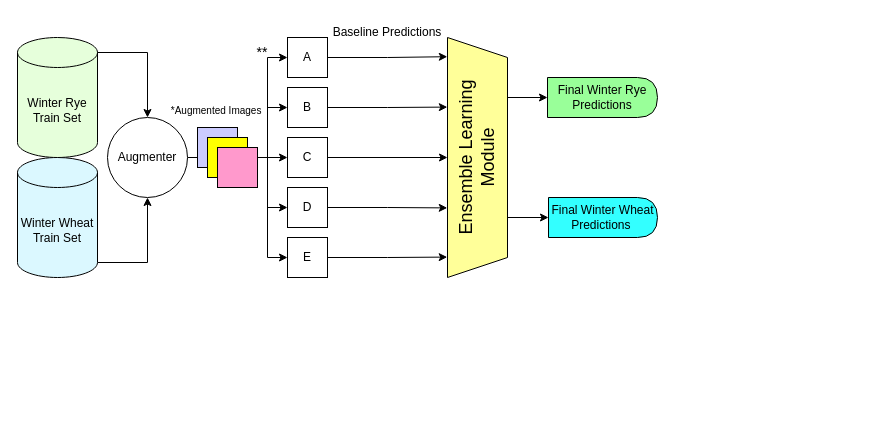
NguyenNhuDi/ICCV-2023-VRL keeps this draw.io diagram as classifier pipeline.drawio. Above is the earlier version. Source tidied: cells renumbered, new cells numbered last; positions are measured from the earlier drawing's top-left corner, leaving out a move shared by most shapes. Both pictures are drawn from the tidied source at 100%, with x=0, y=0 at pixel (17, 17).
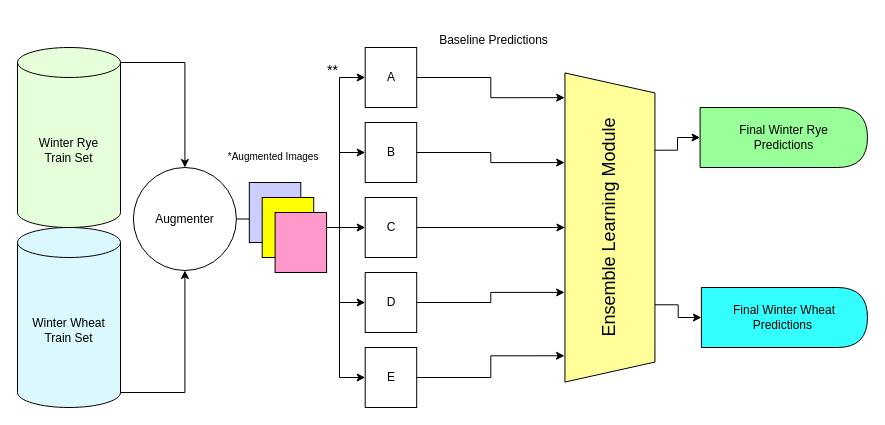
The same diagram, later.

Diff of the diagram source:
```diff
@@
+    <mxCell id="34" style="group;" parent="1" vertex="1">
+      <mxGeometry width="850" height="390" as="geometry" />
+    </mxCell>
+    <mxCell id="3" value="Winter Rye&lt;br&gt;Train Set" style="shape=cylinder3;whiteSpace=wrap;html=1;boundedLbl=1;backgroundOutline=1;size=15;fillColor=#E6FFDB;" parent="34" vertex="1">
+      <mxGeometry y="30" width="103" height="180" as="geometry" />
+    </mxCell>
+    <mxCell id="5" value="Winter Wheat&lt;br&gt;Train Set" style="shape=cylinder3;whiteSpace=wrap;html=1;boundedLbl=1;backgroundOutline=1;size=15;fillColor=#DBF8FF;" parent="34" vertex="1">
+      <mxGeometry y="210" width="103" height="180" as="geometry" />
+    </mxCell>
+    <mxCell id="7" value="Augmenter" style="ellipse;whiteSpace=wrap;html=1;" parent="34" vertex="1">
+      <mxGeometry x="115.9" y="150" width="103" height="103" as="geometry" />
+    </mxCell>
-    <mxCell id="2" style="edgeStyle=orthogonalEdgeStyle;rounded=0;jettySize=auto;html=1;exitX=1;exitY=0;exitDx=0;exitDy=15;exitPerimeter=0;entryX=0.5;entryY=0;entryDx=0;entryDy=0;" parent="1" edge="1" source="3" target="7">
+    <mxCell id="2" style="edgeStyle=orthogonalEdgeStyle;rounded=0;jettySize=auto;html=1;exitX=1;exitY=0;exitDx=0;exitDy=15;exitPerimeter=0;entryX=0.5;entryY=0;entryDx=0;entryDy=0;" parent="34" edge="1" source="3" target="7">
       <mxGeometry relative="1" as="geometry" />
     </mxCell>
-    <mxCell id="3" value="Winter Rye&lt;br&gt;Train Set" style="shape=cylinder3;whiteSpace=wrap;html=1;boundedLbl=1;backgroundOutline=1;size=15;fillColor=#E6FFDB;" parent="1" vertex="1">
-      <mxGeometry y="20" width="80" height="120" as="geometry" />
-    </mxCell>
-    <mxCell id="4" style="edgeStyle=orthogonalEdgeStyle;rounded=0;jettySize=auto;html=1;exitX=1;exitY=1;exitDx=0;exitDy=-15;exitPerimeter=0;entryX=0.5;entryY=1;entryDx=0;entryDy=0;" parent="1" edge="1" source="5" target="7">
+    <mxCell id="4" style="edgeStyle=orthogonalEdgeStyle;rounded=0;jettySize=auto;html=1;exitX=1;exitY=1;exitDx=0;exitDy=-15;exitPerimeter=0;entryX=0.5;entryY=1;entryDx=0;entryDy=0;" parent="34" edge="1" source="5" target="7">
       <mxGeometry relative="1" as="geometry" />
     </mxCell>
-    <mxCell id="5" value="Winter Wheat&lt;br&gt;Train Set" style="shape=cylinder3;whiteSpace=wrap;html=1;boundedLbl=1;backgroundOutline=1;size=15;fillColor=#DBF8FF;" parent="1" vertex="1">
-      <mxGeometry y="140" width="80" height="120" as="geometry" />
-    </mxCell>
+    <mxCell id="9" value="A" style="rounded=0;whiteSpace=wrap;html=1;" parent="34" vertex="1">
+      <mxGeometry x="347.7" y="30" width="51.5" height="60" as="geometry" />
+    </mxCell>
+    <mxCell id="11" value="B" style="rounded=0;whiteSpace=wrap;html=1;" parent="34" vertex="1">
+      <mxGeometry x="347.7" y="105" width="51.5" height="60" as="geometry" />
+    </mxCell>
+    <mxCell id="13" value="C" style="rounded=0;whiteSpace=wrap;html=1;" parent="34" vertex="1">
+      <mxGeometry x="347.7" y="180" width="51.5" height="60" as="geometry" />
+    </mxCell>
-    <mxCell id="6" style="edgeStyle=orthogonalEdgeStyle;rounded=0;jettySize=auto;html=1;entryX=0;entryY=0.5;entryDx=0;entryDy=0;" parent="1" edge="1" source="7" target="13">
+    <mxCell id="6" style="edgeStyle=orthogonalEdgeStyle;rounded=0;jettySize=auto;html=1;entryX=0;entryY=0.5;entryDx=0;entryDy=0;" parent="34" edge="1" source="7" target="13">
       <mxGeometry relative="1" as="geometry" />
     </mxCell>
-    <mxCell id="7" value="Augmenter" style="ellipse;whiteSpace=wrap;html=1;" parent="1" vertex="1">
-      <mxGeometry x="90" y="100" width="80" height="80" as="geometry" />
-    </mxCell>
-    <mxCell id="8" style="edgeStyle=orthogonalEdgeStyle;rounded=0;jettySize=auto;html=1;exitX=1;exitY=0.5;exitDx=0;exitDy=0;entryX=0.08;entryY=1.003;entryDx=0;entryDy=0;entryPerimeter=0;" parent="1" edge="1" source="9" target="30">
-      <mxGeometry relative="1" as="geometry" />
-    </mxCell>
-    <mxCell id="9" value="A" style="rounded=0;whiteSpace=wrap;html=1;" parent="1" vertex="1">
-      <mxGeometry x="270" y="20" width="40" height="40" as="geometry" />
-    </mxCell>
-    <mxCell id="10" style="edgeStyle=orthogonalEdgeStyle;rounded=0;jettySize=auto;html=1;exitX=1;exitY=0.5;exitDx=0;exitDy=0;entryX=0.29;entryY=1.003;entryDx=0;entryDy=0;entryPerimeter=0;" parent="1" edge="1" source="11" target="30">
-      <mxGeometry relative="1" as="geometry" />
-    </mxCell>
-    <mxCell id="11" value="B" style="rounded=0;whiteSpace=wrap;html=1;" parent="1" vertex="1">
-      <mxGeometry x="270" y="70" width="40" height="40" as="geometry" />
-    </mxCell>
-    <mxCell id="12" style="edgeStyle=orthogonalEdgeStyle;rounded=0;jettySize=auto;html=1;entryX=0.5;entryY=1;entryDx=0;entryDy=0;" parent="1" edge="1" source="13" target="30">
-      <mxGeometry relative="1" as="geometry" />
-    </mxCell>
-    <mxCell id="13" value="C" style="rounded=0;whiteSpace=wrap;html=1;" parent="1" vertex="1">
-      <mxGeometry x="270" y="120" width="40" height="40" as="geometry" />
-    </mxCell>
-    <mxCell id="14" style="edgeStyle=orthogonalEdgeStyle;rounded=0;jettySize=auto;html=1;entryX=0.71;entryY=1.004;entryDx=0;entryDy=0;entryPerimeter=0;" parent="1" edge="1" source="15" target="30">
-      <mxGeometry relative="1" as="geometry" />
-    </mxCell>
-    <mxCell id="15" value="D" style="rounded=0;whiteSpace=wrap;html=1;" parent="1" vertex="1">
-      <mxGeometry x="270" y="170" width="40" height="40" as="geometry" />
+    <mxCell id="15" value="D" style="rounded=0;whiteSpace=wrap;html=1;" parent="34" vertex="1">
+      <mxGeometry x="347.7" y="255" width="51.5" height="60" as="geometry" />
     </mxCell>
-    <mxCell id="16" style="edgeStyle=orthogonalEdgeStyle;rounded=0;jettySize=auto;html=1;exitX=1;exitY=0.5;exitDx=0;exitDy=0;entryX=0.915;entryY=1.005;entryDx=0;entryDy=0;entryPerimeter=0;" parent="1" edge="1" source="17" target="30">
-      <mxGeometry relative="1" as="geometry" />
-    </mxCell>
-    <mxCell id="17" value="E" style="rounded=0;whiteSpace=wrap;html=1;" parent="1" vertex="1">
-      <mxGeometry x="270" y="220" width="40" height="40" as="geometry" />
+    <mxCell id="17" value="E" style="rounded=0;whiteSpace=wrap;html=1;" parent="34" vertex="1">
+      <mxGeometry x="347.7" y="330" width="51.5" height="60" as="geometry" />
     </mxCell>
-    <mxCell id="18" style="rounded=0;whiteSpace=wrap;html=1;fillColor=#CCCCFF;" parent="1" vertex="1">
-      <mxGeometry x="180" y="110" width="40" height="40" as="geometry" />
+    <mxCell id="18" style="rounded=0;whiteSpace=wrap;html=1;fillColor=#CCCCFF;" parent="34" vertex="1">
+      <mxGeometry x="231.8" y="165" width="51.5" height="60" as="geometry" />
     </mxCell>
-    <mxCell id="19" style="rounded=0;whiteSpace=wrap;html=1;fillColor=#FFFF00;" parent="1" vertex="1">
-      <mxGeometry x="190" y="120" width="40" height="40" as="geometry" />
+    <mxCell id="19" style="rounded=0;whiteSpace=wrap;html=1;fillColor=#FFFF00;" parent="34" vertex="1">
+      <mxGeometry x="244.7" y="180" width="51.5" height="60" as="geometry" />
     </mxCell>
-    <mxCell id="20" style="edgeStyle=orthogonalEdgeStyle;rounded=0;jettySize=auto;html=1;exitX=0.25;exitY=0;exitDx=0;exitDy=0;entryX=0;entryY=0.5;entryDx=0;entryDy=0;" parent="1" edge="1" source="24" target="9">
+    <mxCell id="20" style="edgeStyle=orthogonalEdgeStyle;rounded=0;jettySize=auto;html=1;exitX=0.25;exitY=0;exitDx=0;exitDy=0;entryX=0;entryY=0.5;entryDx=0;entryDy=0;" parent="34" edge="1" source="24" target="9">
       <mxGeometry relative="1" as="geometry">
         <Array as="points">
-          <mxPoint x="250" y="140" />
-          <mxPoint x="250" y="40" />
+          <mxPoint x="322" y="210" />
+          <mxPoint x="322" y="60" />
         </Array>
       </mxGeometry>
     </mxCell>
-    <mxCell id="21" style="edgeStyle=orthogonalEdgeStyle;rounded=0;jettySize=auto;html=1;exitX=0.25;exitY=0;exitDx=0;exitDy=0;entryX=0;entryY=0.5;entryDx=0;entryDy=0;" parent="1" edge="1" source="24" target="11">
+    <mxCell id="21" style="edgeStyle=orthogonalEdgeStyle;rounded=0;jettySize=auto;html=1;exitX=0.25;exitY=0;exitDx=0;exitDy=0;entryX=0;entryY=0.5;entryDx=0;entryDy=0;" parent="34" edge="1" source="24" target="11">
       <mxGeometry relative="1" as="geometry">
         <Array as="points">
-          <mxPoint x="250" y="140" />
-          <mxPoint x="250" y="90" />
+          <mxPoint x="322" y="210" />
+          <mxPoint x="322" y="135" />
         </Array>
       </mxGeometry>
     </mxCell>
-    <mxCell id="22" style="edgeStyle=orthogonalEdgeStyle;rounded=0;jettySize=auto;html=1;exitX=0.25;exitY=0;exitDx=0;exitDy=0;entryX=0;entryY=0.5;entryDx=0;entryDy=0;" parent="1" edge="1" source="24" target="15">
+    <mxCell id="22" style="edgeStyle=orthogonalEdgeStyle;rounded=0;jettySize=auto;html=1;exitX=0.25;exitY=0;exitDx=0;exitDy=0;entryX=0;entryY=0.5;entryDx=0;entryDy=0;" parent="34" edge="1" source="24" target="15">
       <mxGeometry relative="1" as="geometry">
         <Array as="points">
-          <mxPoint x="250" y="140" />
-          <mxPoint x="250" y="190" />
+          <mxPoint x="322" y="210" />
+          <mxPoint x="322" y="285" />
         </Array>
       </mxGeometry>
     </mxCell>
-    <mxCell id="23" style="edgeStyle=orthogonalEdgeStyle;rounded=0;jettySize=auto;html=1;exitX=0.25;exitY=0;exitDx=0;exitDy=0;entryX=0;entryY=0.5;entryDx=0;entryDy=0;" parent="1" edge="1" source="24" target="17">
+    <mxCell id="23" style="edgeStyle=orthogonalEdgeStyle;rounded=0;jettySize=auto;html=1;exitX=0.25;exitY=0;exitDx=0;exitDy=0;entryX=0;entryY=0.5;entryDx=0;entryDy=0;" parent="34" edge="1" source="24" target="17">
       <mxGeometry relative="1" as="geometry">
         <Array as="points">
-          <mxPoint x="250" y="140" />
-          <mxPoint x="250" y="240" />
+          <mxPoint x="322" y="210" />
+          <mxPoint x="322" y="360" />
         </Array>
       </mxGeometry>
     </mxCell>
-    <mxCell id="24" style="rounded=0;whiteSpace=wrap;html=1;strokeColor=#000000;fillColor=#FF99CC;direction=south;" parent="1" vertex="1">
-      <mxGeometry x="200" y="130" width="40" height="40" as="geometry" />
+    <mxCell id="24" style="rounded=0;whiteSpace=wrap;html=1;strokeColor=#000000;fillColor=#FF99CC;direction=south;" parent="34" vertex="1">
+      <mxGeometry x="257.6" y="195" width="51.5" height="60" as="geometry" />
     </mxCell>
-    <mxCell id="25" value="&lt;font style=&quot;font-size: 10px;&quot;&gt;*Augmented Images&amp;nbsp;&lt;/font&gt;" style="text;html=1;strokeColor=none;fillColor=none;align=center;verticalAlign=middle;whiteSpace=wrap;rounded=0;" parent="1" vertex="1">
-      <mxGeometry x="147.5" y="85" width="105" height="15" as="geometry" />
+    <mxCell id="25" value="&lt;font style=&quot;font-size: 10px;&quot;&gt;*Augmented Images&amp;nbsp;&lt;/font&gt;" style="text;html=1;strokeColor=none;fillColor=none;align=center;verticalAlign=middle;whiteSpace=wrap;rounded=0;" parent="34" vertex="1">
+      <mxGeometry x="190" y="127.5" width="135.2" height="22.5" as="geometry" />
     </mxCell>
-    <mxCell id="26" value="&lt;font style=&quot;font-size: 14px;&quot;&gt;**&lt;/font&gt;" style="text;html=1;strokeColor=none;fillColor=none;align=center;verticalAlign=middle;whiteSpace=wrap;rounded=0;" parent="1" vertex="1">
-      <mxGeometry x="230" y="30" width="30" height="10" as="geometry" />
+    <mxCell id="26" value="&lt;font style=&quot;font-size: 14px;&quot;&gt;**&lt;/font&gt;" style="text;html=1;strokeColor=none;fillColor=none;align=center;verticalAlign=middle;whiteSpace=wrap;rounded=0;" parent="34" vertex="1">
+      <mxGeometry x="296.2" y="45" width="38.6" height="15" as="geometry" />
     </mxCell>
-    <mxCell id="27" value="Baseline Predictions" style="text;html=1;strokeColor=none;fillColor=none;align=center;verticalAlign=middle;whiteSpace=wrap;rounded=0;" parent="1" vertex="1">
-      <mxGeometry x="310" width="120" height="30" as="geometry" />
+    <mxCell id="27" value="Baseline Predictions" style="text;html=1;strokeColor=none;fillColor=none;align=center;verticalAlign=middle;whiteSpace=wrap;rounded=0;" parent="34" vertex="1">
+      <mxGeometry x="399.2" width="154.5" height="45" as="geometry" />
     </mxCell>
-    <mxCell id="28" style="edgeStyle=orthogonalEdgeStyle;rounded=0;jettySize=auto;html=1;exitX=0.25;exitY=0;exitDx=0;exitDy=0;entryX=0;entryY=0.5;entryDx=0;entryDy=0;" parent="1" edge="1" source="30" target="32">
-      <mxGeometry relative="1" as="geometry" />
-    </mxCell>
-    <mxCell id="29" style="edgeStyle=orthogonalEdgeStyle;rounded=0;jettySize=auto;html=1;exitX=0.75;exitY=0;exitDx=0;exitDy=0;entryX=0;entryY=0.5;entryDx=0;entryDy=0;" parent="1" edge="1" source="30" target="33">
-      <mxGeometry relative="1" as="geometry" />
-    </mxCell>
-    <mxCell id="30" style="shape=trapezoid;perimeter=trapezoidPerimeter;whiteSpace=wrap;html=1;fixedSize=1;rotation=90;fillColor=#FFFF99;" parent="1" vertex="1">
-      <mxGeometry x="340" y="110" width="240" height="60" as="geometry" />
+    <mxCell id="30" style="shape=trapezoid;perimeter=trapezoidPerimeter;whiteSpace=wrap;html=1;fixedSize=1;rotation=90;fillColor=#FFFF99;" parent="34" vertex="1">
+      <mxGeometry x="437.9" y="165" width="309.1" height="90" as="geometry" />
     </mxCell>
+    <mxCell id="8" style="edgeStyle=orthogonalEdgeStyle;rounded=0;jettySize=auto;html=1;exitX=1;exitY=0.5;exitDx=0;exitDy=0;entryX=0.08;entryY=1.003;entryDx=0;entryDy=0;entryPerimeter=0;" parent="34" edge="1" source="9" target="30">
+      <mxGeometry relative="1" as="geometry" />
+    </mxCell>
+    <mxCell id="10" style="edgeStyle=orthogonalEdgeStyle;rounded=0;jettySize=auto;html=1;exitX=1;exitY=0.5;exitDx=0;exitDy=0;entryX=0.29;entryY=1.003;entryDx=0;entryDy=0;entryPerimeter=0;" parent="34" edge="1" source="11" target="30">
+      <mxGeometry relative="1" as="geometry" />
+    </mxCell>
+    <mxCell id="12" style="edgeStyle=orthogonalEdgeStyle;rounded=0;jettySize=auto;html=1;entryX=0.5;entryY=1;entryDx=0;entryDy=0;" parent="34" edge="1" source="13" target="30">
+      <mxGeometry relative="1" as="geometry" />
+    </mxCell>
+    <mxCell id="14" style="edgeStyle=orthogonalEdgeStyle;rounded=0;jettySize=auto;html=1;entryX=0.71;entryY=1.004;entryDx=0;entryDy=0;entryPerimeter=0;" parent="34" edge="1" source="15" target="30">
+      <mxGeometry relative="1" as="geometry" />
+    </mxCell>
+    <mxCell id="16" style="edgeStyle=orthogonalEdgeStyle;rounded=0;jettySize=auto;html=1;exitX=1;exitY=0.5;exitDx=0;exitDy=0;entryX=0.915;entryY=1.005;entryDx=0;entryDy=0;entryPerimeter=0;" parent="34" edge="1" source="17" target="30">
+      <mxGeometry relative="1" as="geometry" />
+    </mxCell>
-    <mxCell id="31" value="&lt;font style=&quot;font-size: 18px;&quot;&gt;Ensemble Learning Module&lt;/font&gt;" style="text;html=1;strokeColor=none;fillColor=none;align=center;verticalAlign=middle;whiteSpace=wrap;rounded=0;rotation=-90;" parent="1" vertex="1">
-      <mxGeometry x="365" y="125" width="190" height="30" as="geometry" />
+    <mxCell id="31" value="&lt;font style=&quot;font-size: 18px;&quot;&gt;Ensemble Learning Module&lt;/font&gt;" style="text;html=1;strokeColor=none;fillColor=none;align=center;verticalAlign=middle;whiteSpace=wrap;rounded=0;rotation=-90;" parent="34" vertex="1">
+      <mxGeometry x="470.1" y="187.5" width="244.7" height="45" as="geometry" />
     </mxCell>
-    <mxCell id="32" value="Final Winter Rye&lt;br&gt;Predictions" style="shape=delay;whiteSpace=wrap;html=1;fillColor=#99FF99;" parent="1" vertex="1">
-      <mxGeometry x="530" y="60" width="110" height="40" as="geometry" />
+    <mxCell id="32" value="Final Winter Rye&lt;br&gt;Predictions" style="shape=delay;whiteSpace=wrap;html=1;fillColor=#99FF99;" parent="34" vertex="1">
+      <mxGeometry x="682.6" y="90" width="167.4" height="60" as="geometry" />
     </mxCell>
+    <mxCell id="28" style="edgeStyle=orthogonalEdgeStyle;rounded=0;jettySize=auto;html=1;exitX=0.25;exitY=0;exitDx=0;exitDy=0;entryX=0;entryY=0.5;entryDx=0;entryDy=0;" parent="34" edge="1" source="30" target="32">
+      <mxGeometry relative="1" as="geometry" />
+    </mxCell>
-    <mxCell id="33" value="Final Winter Wheat Predictions&amp;nbsp;" style="shape=delay;whiteSpace=wrap;html=1;fillColor=#33FFFF;" parent="1" vertex="1">
-      <mxGeometry x="531" y="180" width="109" height="40" as="geometry" />
+    <mxCell id="33" value="Final Winter Wheat Predictions&amp;nbsp;" style="shape=delay;whiteSpace=wrap;html=1;fillColor=#33FFFF;" parent="34" vertex="1">
+      <mxGeometry x="683.9" y="270" width="166.1" height="60" as="geometry" />
     </mxCell>
+    <mxCell id="29" style="edgeStyle=orthogonalEdgeStyle;rounded=0;jettySize=auto;html=1;exitX=0.75;exitY=0;exitDx=0;exitDy=0;entryX=0;entryY=0.5;entryDx=0;entryDy=0;" parent="34" edge="1" source="30" target="33">
+      <mxGeometry relative="1" as="geometry" />
+    </mxCell>
```
